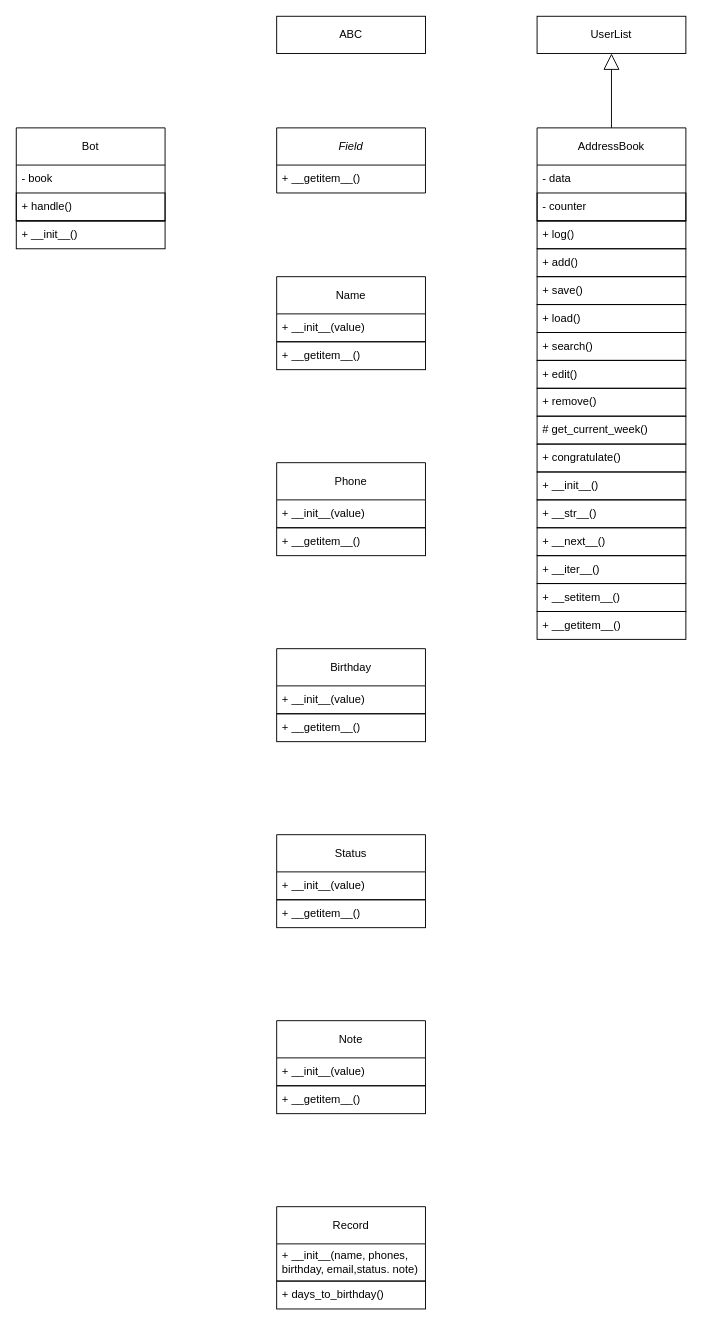
Before: UML_HW.drawio in Awaveform/WEB_HW_1, a draw.io diagram. Source tidied: cells renumbered, new cells numbered last; positions are measured from the earlier drawing's top-left corner, leaving out a move shared by most shapes. Both pictures are drawn from the tidied source at 93%, with x=0, y=0 at pixel (16, 16).
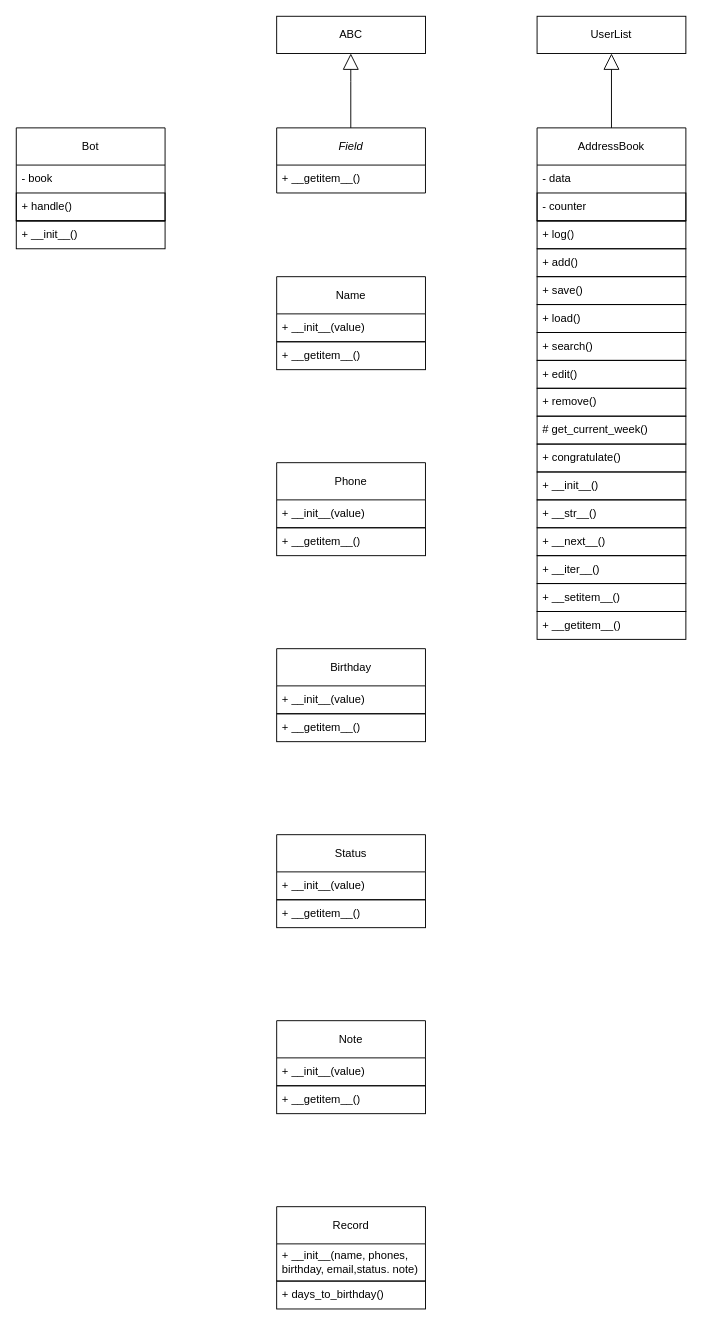
The same diagram, later.

Change to the diagram source:
```diff
@@
-    <mxCell id="30" style="group;" parent="1" vertex="1">
-      <mxGeometry x="280" y="120" width="160" height="130" as="geometry" />
-    </mxCell>
-    <mxCell id="31" value="&lt;i&gt;Field&lt;/i&gt;" style="swimlane;fontStyle=0;horizontal=1;startSize=40;whiteSpace=wrap;html=1;" parent="30" vertex="1">
-      <mxGeometry width="160" height="70" as="geometry" />
-    </mxCell>
-    <mxCell id="32" value="+&amp;nbsp;__getitem__()" style="text;strokeColor=none;fillColor=none;align=left;verticalAlign=middle;spacingLeft=4;spacingRight=4;overflow=hidden;whiteSpace=wrap;html=1;" parent="31" vertex="1">
-      <mxGeometry y="40" width="160" height="30" as="geometry" />
-    </mxCell>
@@
+    <mxCell id="57" style="group;" parent="1" vertex="1">
+      <mxGeometry x="280" y="120" width="160" height="70" as="geometry" />
+    </mxCell>
+    <mxCell id="31" value="&lt;i&gt;Field&lt;/i&gt;" style="swimlane;fontStyle=0;horizontal=1;startSize=40;whiteSpace=wrap;html=1;" parent="57" vertex="1">
+      <mxGeometry width="160" height="70" as="geometry" />
+    </mxCell>
+    <mxCell id="32" value="+&amp;nbsp;__getitem__()" style="text;strokeColor=none;fillColor=none;align=left;verticalAlign=middle;spacingLeft=4;spacingRight=4;overflow=hidden;whiteSpace=wrap;html=1;" parent="57" vertex="1">
+      <mxGeometry y="40" width="160" height="30" as="geometry" />
+    </mxCell>
+    <mxCell id="58" style="edgeStyle=orthogonalEdgeStyle;rounded=0;orthogonalLoop=1;jettySize=auto;html=1;entryX=0.5;entryY=1;entryDx=0;entryDy=0;endArrow=block;endFill=0;strokeWidth=1;endSize=15;" parent="1" edge="1">
+      <mxGeometry relative="1" as="geometry">
+        <mxPoint x="359.7" y="120" as="sourcePoint" />
+        <mxPoint x="359.7" y="40" as="targetPoint" />
+        <Array as="points">
+          <mxPoint x="359.7" y="70" />
+          <mxPoint x="359.7" y="70" />
+        </Array>
+      </mxGeometry>
+    </mxCell>
```
